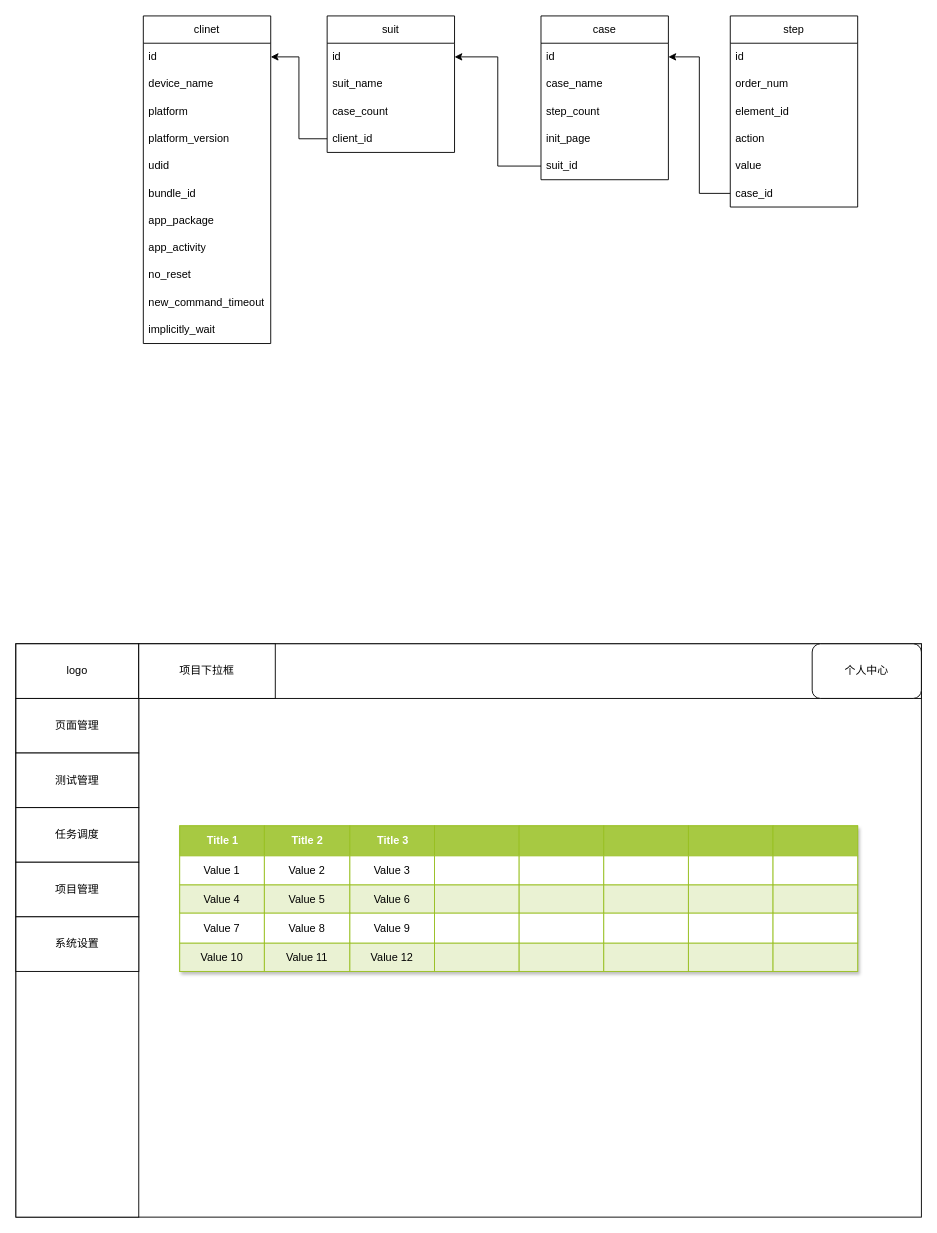
Before: page "case" (2 of 2) of appium.drawio in chengmo23/draw.io, a draw.io diagram. Source tidied: cells renumbered, new cells numbered last; positions are measured from the earlier drawing's top-left corner, leaving out a move shared by most shapes. Both pictures are drawn from the tidied source at 91%, with x=0, y=0 at pixel (15, 15).
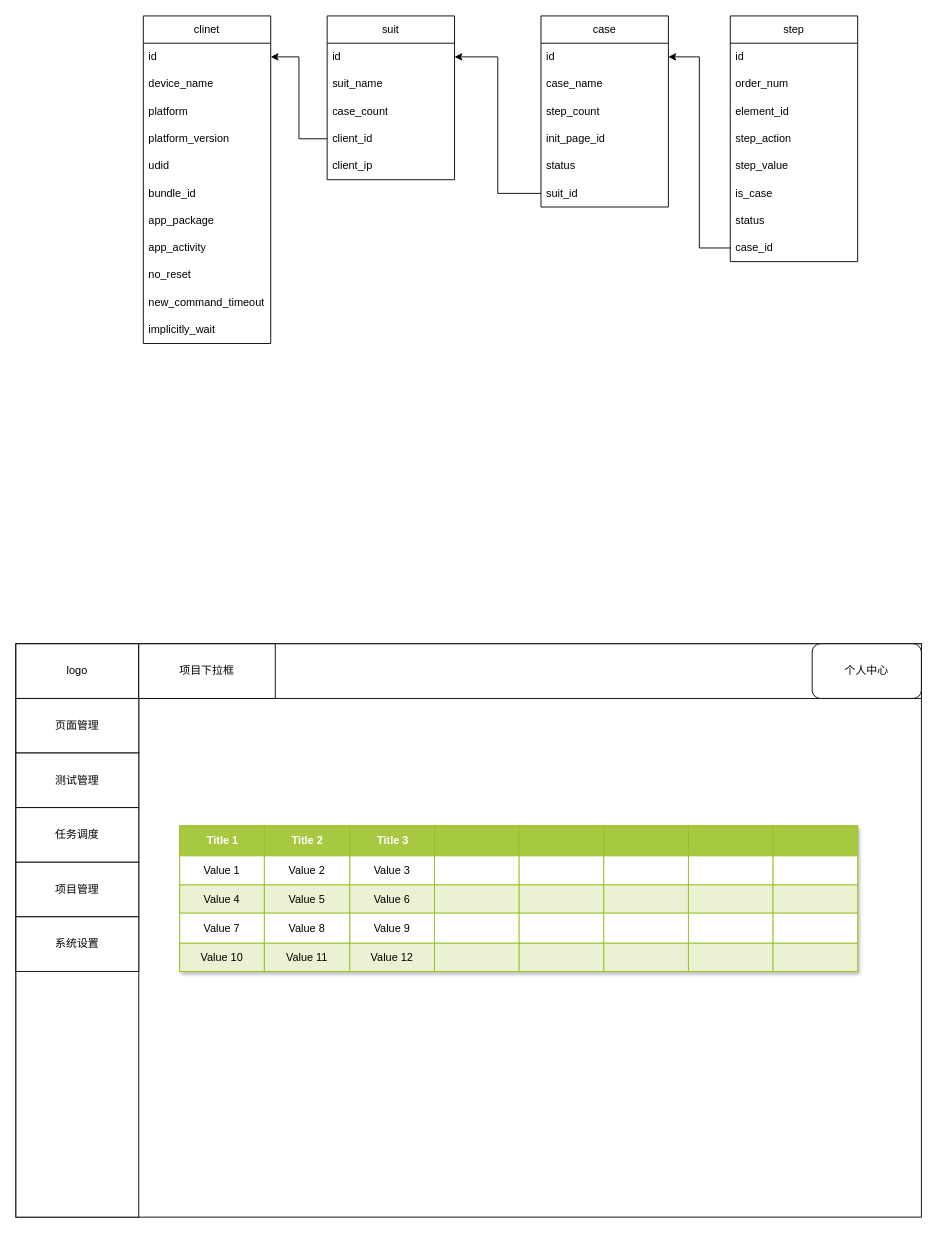
The same diagram, later.

Change to the diagram source:
```diff
@@
     <mxCell id="13" value="suit" style="swimlane;fontStyle=0;horizontal=1;startSize=30;whiteSpace=wrap;html=1;" parent="1" vertex="1">
-      <mxGeometry x="342" width="140" height="150" as="geometry" />
+      <mxGeometry x="342" width="140" height="180" as="geometry" />
     </mxCell>
@@
+    <mxCell id="92" value="client_ip" style="text;strokeColor=none;fillColor=none;align=left;verticalAlign=middle;spacingLeft=4;spacingRight=4;overflow=hidden;whiteSpace=wrap;html=1;" parent="13" vertex="1">
+      <mxGeometry y="150" width="140" height="30" as="geometry" />
+    </mxCell>
@@
     <mxCell id="64" value="case" style="swimlane;fontStyle=0;horizontal=1;startSize=30;whiteSpace=wrap;html=1;" parent="1" vertex="1">
-      <mxGeometry x="577" width="140" height="180" as="geometry" />
+      <mxGeometry x="577" width="140" height="210" as="geometry" />
     </mxCell>
@@
-    <mxCell id="68" value="init_page" style="text;strokeColor=none;fillColor=none;align=left;verticalAlign=middle;spacingLeft=4;spacingRight=4;overflow=hidden;whiteSpace=wrap;html=1;" parent="64" vertex="1">
+    <mxCell id="68" value="init_page_id" style="text;strokeColor=none;fillColor=none;align=left;verticalAlign=middle;spacingLeft=4;spacingRight=4;overflow=hidden;whiteSpace=wrap;html=1;" parent="64" vertex="1">
       <mxGeometry y="120" width="140" height="30" as="geometry" />
     </mxCell>
+    <mxCell id="93" value="status" style="text;strokeColor=none;fillColor=none;align=left;verticalAlign=middle;spacingLeft=4;spacingRight=4;overflow=hidden;whiteSpace=wrap;html=1;" parent="64" vertex="1">
+      <mxGeometry y="150" width="140" height="30" as="geometry" />
+    </mxCell>
     <mxCell id="69" value="suit_id" style="text;strokeColor=none;fillColor=none;align=left;verticalAlign=middle;spacingLeft=4;spacingRight=4;overflow=hidden;points=[[0,0.5],[1,0.5]];portConstraint=eastwest;whiteSpace=wrap;html=1;" parent="64" vertex="1">
-      <mxGeometry y="150" width="140" height="30" as="geometry" />
+      <mxGeometry y="180" width="140" height="30" as="geometry" />
     </mxCell>
@@
     <mxCell id="84" value="step" style="swimlane;fontStyle=0;horizontal=1;startSize=30;whiteSpace=wrap;html=1;" parent="1" vertex="1">
-      <mxGeometry x="785" width="140" height="210" as="geometry" />
+      <mxGeometry x="785" width="140" height="270" as="geometry" />
     </mxCell>
@@
-    <mxCell id="88" value="action" style="text;strokeColor=none;fillColor=none;align=left;verticalAlign=middle;spacingLeft=4;spacingRight=4;overflow=hidden;whiteSpace=wrap;html=1;" parent="84" vertex="1">
+    <mxCell id="88" value="step_action" style="text;strokeColor=none;fillColor=none;align=left;verticalAlign=middle;spacingLeft=4;spacingRight=4;overflow=hidden;whiteSpace=wrap;html=1;" parent="84" vertex="1">
       <mxGeometry y="120" width="140" height="30" as="geometry" />
     </mxCell>
-    <mxCell id="89" value="value" style="text;strokeColor=none;fillColor=none;align=left;verticalAlign=middle;spacingLeft=4;spacingRight=4;overflow=hidden;whiteSpace=wrap;html=1;" parent="84" vertex="1">
+    <mxCell id="89" value="step_value" style="text;strokeColor=none;fillColor=none;align=left;verticalAlign=middle;spacingLeft=4;spacingRight=4;overflow=hidden;whiteSpace=wrap;html=1;" parent="84" vertex="1">
       <mxGeometry y="150" width="140" height="30" as="geometry" />
     </mxCell>
+    <mxCell id="94" value="is_case" style="text;strokeColor=none;fillColor=none;align=left;verticalAlign=middle;spacingLeft=4;spacingRight=4;overflow=hidden;whiteSpace=wrap;html=1;" parent="84" vertex="1">
+      <mxGeometry y="180" width="140" height="30" as="geometry" />
+    </mxCell>
+    <mxCell id="95" value="status" style="text;strokeColor=none;fillColor=none;align=left;verticalAlign=middle;spacingLeft=4;spacingRight=4;overflow=hidden;whiteSpace=wrap;html=1;" parent="84" vertex="1">
+      <mxGeometry y="210" width="140" height="30" as="geometry" />
+    </mxCell>
     <mxCell id="90" value="case_id" style="text;strokeColor=none;fillColor=none;align=left;verticalAlign=middle;spacingLeft=4;spacingRight=4;overflow=hidden;points=[[0,0.5],[1,0.5]];portConstraint=eastwest;whiteSpace=wrap;html=1;" parent="84" vertex="1">
-      <mxGeometry y="180" width="140" height="30" as="geometry" />
+      <mxGeometry y="240" width="140" height="30" as="geometry" />
     </mxCell>
```
